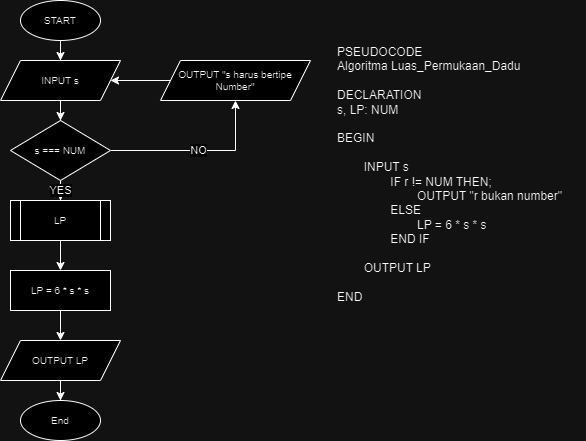
mfdrfauzi/fwg17-computer-science keeps this draw.io diagram as 5-Flowchart-Luas Permukaan Dadu.drawio.png. Above is the earlier version. Source tidied: cells renumbered, new cells last; positions are measured from the earlier drawing's top-left corner, leaving out a move shared by most shapes.
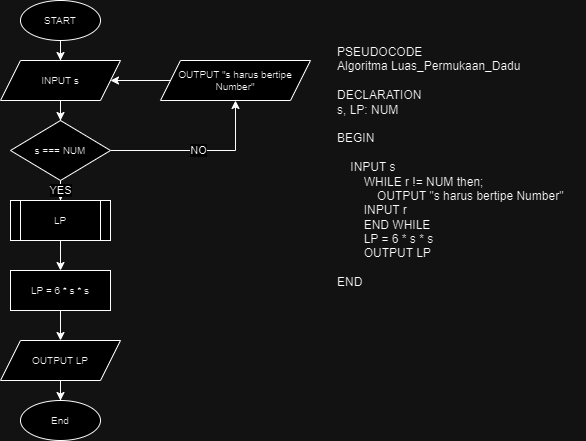
Above is the later version.

What changed in the source:
```diff
@@ -50,8 +50,8 @@
     <mxCell id="17" value="LP" style="shape=process;whiteSpace=wrap;html=1;backgroundOutline=1;fontSize=10;" parent="1" vertex="1">
       <mxGeometry x="10" y="200" width="100" height="40" as="geometry" />
     </mxCell>
-    <mxCell id="18" value="PSEUDOCODE&lt;br&gt;&lt;div&gt;Algoritma Luas_Permukaan_Dadu&lt;/div&gt;&lt;div&gt;&lt;br&gt;&lt;/div&gt;&lt;div&gt;DECLARATION&lt;/div&gt;&lt;div&gt;s, LP: NUM&lt;/div&gt;&lt;div&gt;&lt;br&gt;&lt;/div&gt;&lt;div&gt;BEGIN&lt;/div&gt;&lt;div&gt;&lt;br&gt;&lt;/div&gt;&lt;div&gt;&lt;span style=&quot;white-space: pre;&quot;&gt;&#9;&lt;/span&gt;INPUT s&lt;span style=&quot;&quot;&gt;&lt;/span&gt;&lt;/div&gt;&lt;div&gt;&lt;span style=&quot;white-space: pre;&quot;&gt;&#9;&lt;/span&gt;&lt;span style=&quot;white-space: pre;&quot;&gt;&#9;&lt;/span&gt;IF r != NUM THEN;&lt;/div&gt;&lt;div&gt;&lt;span style=&quot;&quot;&gt;&lt;span style=&quot;&quot;&gt;&lt;span style=&quot;white-space: pre;&quot;&gt;&amp;nbsp;&amp;nbsp;&amp;nbsp;&amp;nbsp;&lt;span style=&quot;white-space: pre;&quot;&gt;&#9;&lt;/span&gt;&lt;span style=&quot;white-space: pre;&quot;&gt;&#9;&lt;span style=&quot;white-space: pre;&quot;&gt;&#9;&lt;/span&gt;&lt;/span&gt;&lt;/span&gt;&lt;/span&gt;OUTPUT &quot;r bukan number&quot;&lt;/span&gt;&lt;/div&gt;&lt;div&gt;&lt;span style=&quot;&quot;&gt;&lt;span style=&quot;&quot;&gt;&lt;span style=&quot;white-space: pre;&quot;&gt;&amp;nbsp;&amp;nbsp;&amp;nbsp;&amp;nbsp;&lt;span style=&quot;white-space: pre;&quot;&gt;&#9;&lt;/span&gt;&lt;span style=&quot;white-space: pre;&quot;&gt;&#9;&lt;/span&gt;ELSE&lt;/span&gt;&lt;/span&gt;&lt;/span&gt;&lt;/div&gt;&lt;div&gt;&lt;span style=&quot;&quot;&gt;&lt;span style=&quot;&quot;&gt;&lt;span style=&quot;white-space: pre;&quot;&gt;&amp;nbsp;&amp;nbsp;&amp;nbsp;&amp;nbsp;&lt;/span&gt;&lt;span style=&quot;white-space: pre;&quot;&gt;&amp;nbsp;&amp;nbsp;&amp;nbsp;&amp;nbsp;&lt;span style=&quot;white-space: pre;&quot;&gt;&#9;&lt;/span&gt;&lt;span style=&quot;white-space: pre;&quot;&gt;&#9;&lt;/span&gt;&lt;/span&gt;&lt;/span&gt;LP = 6 * s * s&lt;/span&gt;&lt;/div&gt;&lt;div&gt;&lt;span style=&quot;white-space: pre;&quot;&gt;&#9;&lt;/span&gt;&lt;span style=&quot;white-space: pre;&quot;&gt;&#9;&lt;/span&gt;END IF&lt;/div&gt;&lt;div&gt;&lt;br&gt;&lt;/div&gt;&lt;div&gt;&lt;span style=&quot;&quot;&gt;&lt;span style=&quot;&quot;&gt;&lt;span style=&quot;white-space: pre;&quot;&gt;&amp;nbsp;&amp;nbsp;&amp;nbsp;&amp;nbsp;&lt;span style=&quot;white-space: pre;&quot;&gt;&#9;&lt;/span&gt;&lt;/span&gt;&lt;/span&gt;OUTPUT LP&lt;/span&gt;&lt;/div&gt;&lt;div&gt;&lt;/div&gt;&lt;div&gt;&lt;br&gt;&lt;/div&gt;&lt;div&gt;END&lt;/div&gt;" style="text;html=1;align=left;verticalAlign=top;strokeColor=none;fillColor=none;" parent="1" vertex="1">
-      <mxGeometry x="335" y="38" width="250" height="270" as="geometry" />
+    <mxCell id="18" value="PSEUDOCODE&lt;br&gt;&lt;div&gt;Algoritma Luas_Permukaan_Dadu&lt;/div&gt;&lt;div&gt;&lt;br&gt;&lt;/div&gt;&lt;div&gt;DECLARATION&lt;/div&gt;&lt;div&gt;s, LP: NUM&lt;/div&gt;&lt;div&gt;&lt;br&gt;&lt;/div&gt;&lt;div&gt;BEGIN&lt;/div&gt;&lt;div&gt;&lt;br&gt;&lt;/div&gt;&lt;div&gt;&lt;span style=&quot;&quot;&gt;&lt;span style=&quot;white-space: pre;&quot;&gt;&amp;nbsp;&amp;nbsp;&amp;nbsp;&amp;nbsp;&lt;/span&gt;&lt;/span&gt;INPUT s&lt;span style=&quot;&quot;&gt;&lt;/span&gt;&lt;/div&gt;&lt;div&gt;&lt;span style=&quot;&quot;&gt;&lt;span style=&quot;white-space: pre;&quot;&gt;&amp;nbsp;&amp;nbsp;&amp;nbsp;&amp;nbsp;&lt;/span&gt;&lt;/span&gt;&lt;span style=&quot;&quot;&gt;&lt;span style=&quot;white-space: pre;&quot;&gt;&amp;nbsp;&amp;nbsp;&amp;nbsp;&amp;nbsp;&lt;/span&gt;&lt;/span&gt;WHILE&amp;nbsp;r != NUM then;&lt;/div&gt;&lt;div style=&quot;border-color: var(--border-color);&quot;&gt;&lt;span style=&quot;border-color: var(--border-color);&quot;&gt;&lt;span style=&quot;border-color: var(--border-color);&quot;&gt;&lt;span style=&quot;border-color: var(--border-color);&quot;&gt;&amp;nbsp;&amp;nbsp;&amp;nbsp;&amp;nbsp;&lt;span style=&quot;border-color: var(--border-color);&quot;&gt;&lt;span style=&quot;white-space: pre;&quot;&gt;&amp;nbsp;&amp;nbsp;&amp;nbsp;&amp;nbsp;&lt;/span&gt;&lt;span style=&quot;border-color: var(--border-color);&quot;&gt;&lt;span style=&quot;white-space: pre;&quot;&gt;&amp;nbsp;&amp;nbsp;&amp;nbsp;&amp;nbsp;&lt;/span&gt;&lt;/span&gt;&lt;/span&gt;&lt;/span&gt;&lt;/span&gt;OUTPUT &quot;s harus bertipe Number&quot;&lt;/span&gt;&lt;/div&gt;&lt;div style=&quot;border-color: var(--border-color);&quot;&gt;&lt;span style=&quot;border-color: var(--border-color);&quot;&gt;&lt;span style=&quot;border-color: var(--border-color);&quot;&gt;&lt;span style=&quot;white-space: pre;&quot;&gt;&amp;nbsp;&amp;nbsp;&amp;nbsp;&amp;nbsp;&lt;/span&gt;&lt;span style=&quot;border-color: var(--border-color);&quot;&gt;&lt;span style=&quot;white-space: pre;&quot;&gt;&amp;nbsp;&amp;nbsp;&amp;nbsp;&amp;nbsp;&lt;/span&gt;&lt;/span&gt;I&lt;/span&gt;NPUT r&lt;br style=&quot;border-color: var(--border-color);&quot;&gt;&lt;/span&gt;&lt;/div&gt;&lt;div style=&quot;border-color: var(--border-color);&quot;&gt;&lt;span style=&quot;border-color: var(--border-color);&quot;&gt;&lt;span style=&quot;border-color: var(--border-color);&quot;&gt;&lt;span style=&quot;white-space: pre;&quot;&gt;&amp;nbsp;&amp;nbsp;&amp;nbsp;&amp;nbsp;&lt;span style=&quot;white-space: pre;&quot;&gt;&#9;&lt;/span&gt;&lt;/span&gt;&lt;/span&gt;END WHILE&lt;/span&gt;&lt;/div&gt;&lt;div&gt;&lt;span style=&quot;&quot;&gt;&lt;span style=&quot;&quot;&gt;&lt;span style=&quot;&quot;&gt;&amp;nbsp;&amp;nbsp;&amp;nbsp;&amp;nbsp;&lt;/span&gt;&lt;span style=&quot;&quot;&gt;&amp;nbsp;&amp;nbsp;&amp;nbsp;&amp;nbsp;&lt;/span&gt;&lt;/span&gt;LP = 6 * s * s&lt;/span&gt;&lt;/div&gt;&lt;div&gt;&lt;span style=&quot;&quot;&gt;&lt;span style=&quot;&quot;&gt;&lt;span style=&quot;&quot;&gt;&amp;nbsp;&amp;nbsp;&amp;nbsp;&amp;nbsp;&lt;span style=&quot;&quot;&gt;&lt;span style=&quot;white-space: pre;&quot;&gt;&amp;nbsp;&amp;nbsp;&amp;nbsp;&amp;nbsp;&lt;/span&gt;&lt;/span&gt;&lt;/span&gt;&lt;/span&gt;OUTPUT LP&lt;br&gt;&lt;/span&gt;&lt;/div&gt;&lt;div&gt;&lt;/div&gt;&lt;div&gt;&lt;br&gt;&lt;/div&gt;&lt;div&gt;END&lt;/div&gt;" style="text;html=1;align=left;verticalAlign=top;strokeColor=none;fillColor=none;" parent="1" vertex="1">
+      <mxGeometry x="335" y="38" width="250" height="260" as="geometry" />
     </mxCell>
   </root>
 </mxGraphModel>
```
